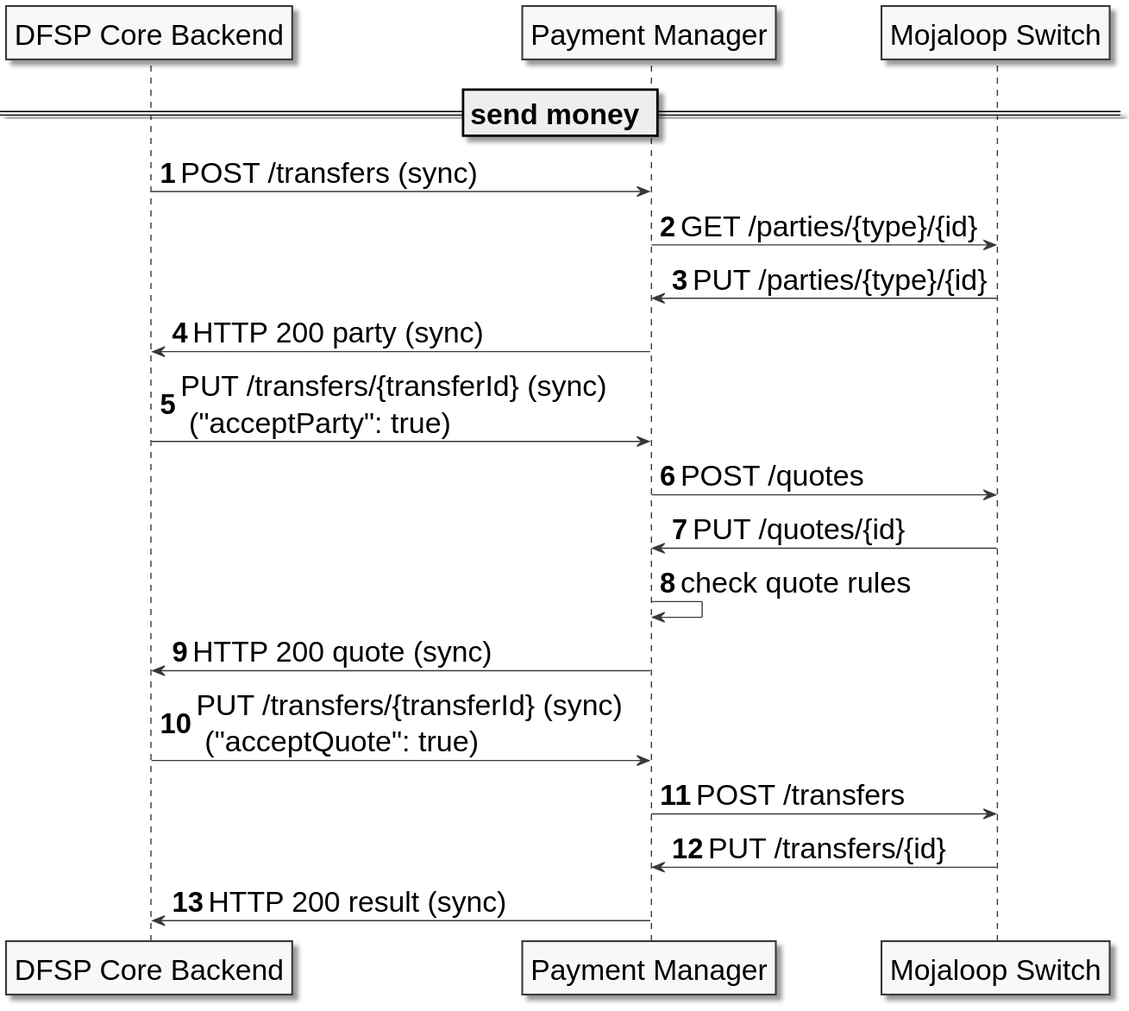
Above: modules/api_integration/images/PM4ML_transfer_flow_payer_multistage.svg in pm4ml/documents (PlantUML), before the change. The source it was exported from:
```plantuml
@startuml

autonumber
skinparam activityFontSize 4
skinparam activityDiamondFontSize 30
skinparam activityArrowFontSize 24
skinparam defaultFontSize 24
skinparam noteFontSize 24
skinparam monochrome true

participant "DFSP Core Backend" as backend

participant "Payment Manager" as sob

participant "Mojaloop Switch" as sw


== send money ==

    backend -> sob: POST /transfers (sync)

    sob -> sw: GET /parties/{type}/{id}
    sw -> sob: PUT /parties/{type}/{id}

    sob -> backend: HTTP 200 party (sync)
    backend -> sob: PUT /transfers/{transferId} (sync) \n ("acceptParty": true)

    sob -> sw: POST /quotes
    sw -> sob: PUT /quotes/{id}
    sob -> sob: check quote rules

    sob -> backend: HTTP 200 quote (sync)
    backend -> sob: PUT /transfers/{transferId} (sync) \n ("acceptQuote": true)

    sob -> sw: POST /transfers
    sw -> sob: PUT /transfers/{id}

    sob -> backend: HTTP 200 result (sync)

@enduml
```
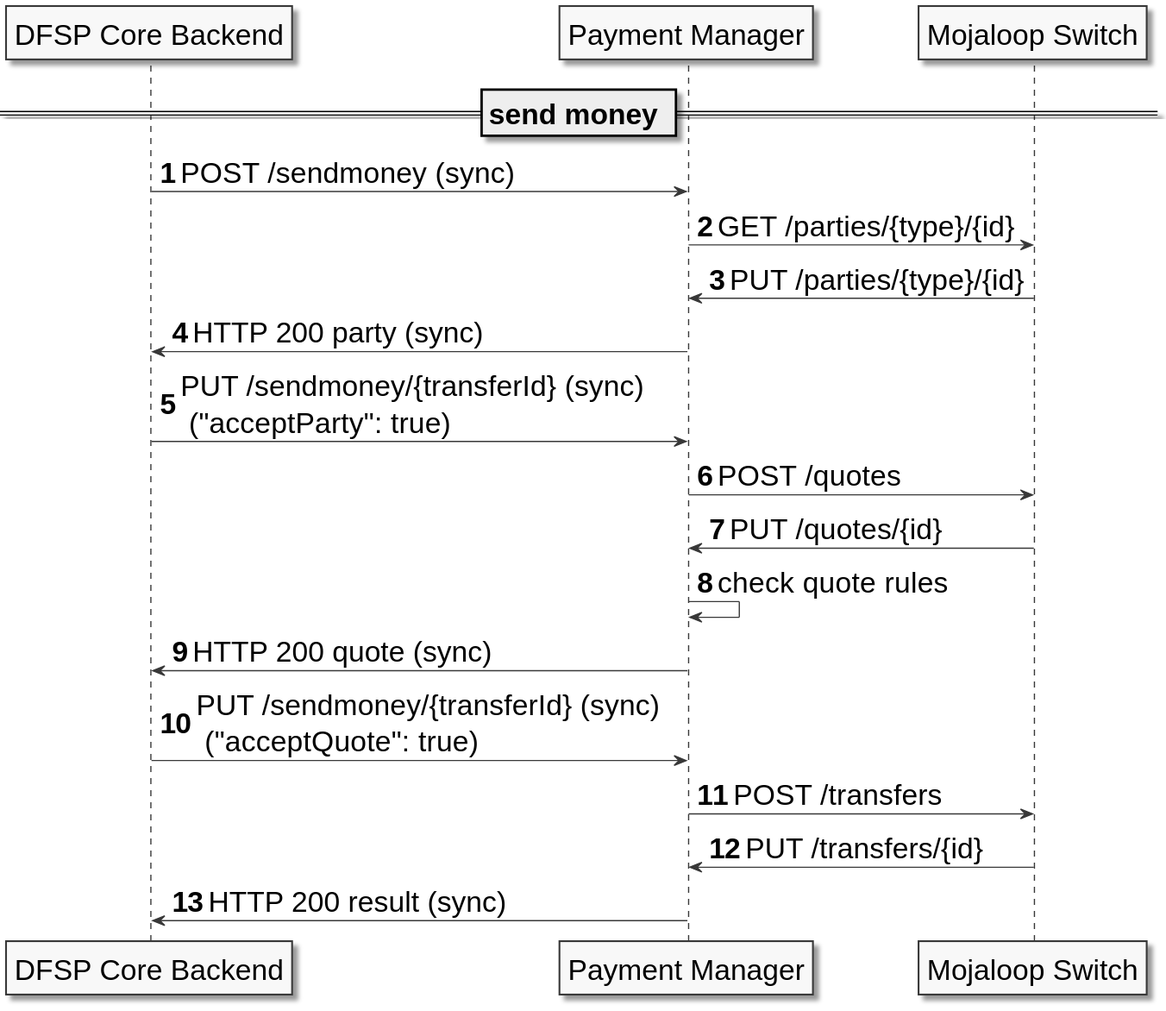
The same diagram one commit later.

Commit message:
/sendmoney endpoint

The edit, as a diff of the source:
```diff
@@ -17,20 +17,20 @@
 
 == send money ==
 
-    backend -> sob: POST /transfers (sync)
+    backend -> sob: POST /sendmoney (sync)
 
     sob -> sw: GET /parties/{type}/{id}
     sw -> sob: PUT /parties/{type}/{id}
 
     sob -> backend: HTTP 200 party (sync)
-    backend -> sob: PUT /transfers/{transferId} (sync) \n ("acceptParty": true)
+    backend -> sob: PUT /sendmoney/{transferId} (sync) \n ("acceptParty": true)
 
     sob -> sw: POST /quotes
     sw -> sob: PUT /quotes/{id}
     sob -> sob: check quote rules
 
     sob -> backend: HTTP 200 quote (sync)
-    backend -> sob: PUT /transfers/{transferId} (sync) \n ("acceptQuote": true)
+    backend -> sob: PUT /sendmoney/{transferId} (sync) \n ("acceptQuote": true)
 
     sob -> sw: POST /transfers
     sw -> sob: PUT /transfers/{id}
```
